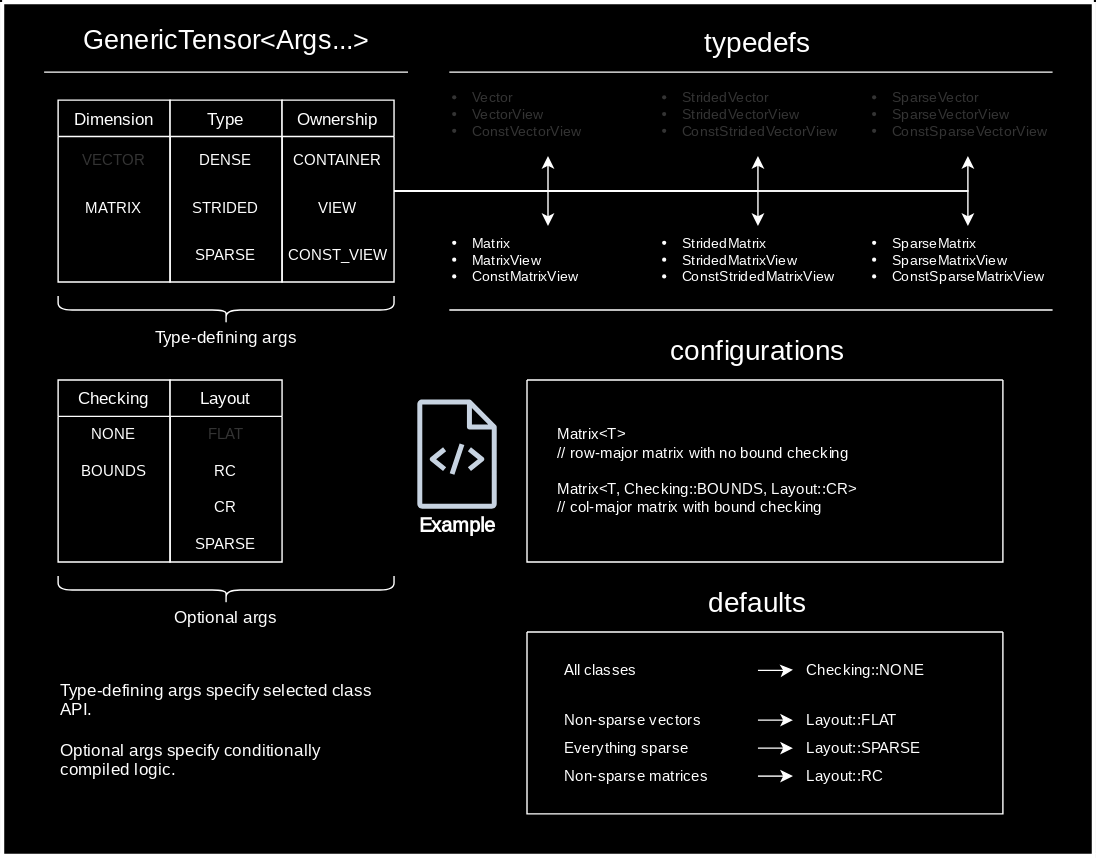
Above: docs/images/mvl_diagram.svg in timeester3648/MultiEngine-UTL (draw.io), before the change. Source tidied: cells renumbered, new cells last; positions are measured from the earlier drawing's top-left corner, leaving out a move shared by most shapes.
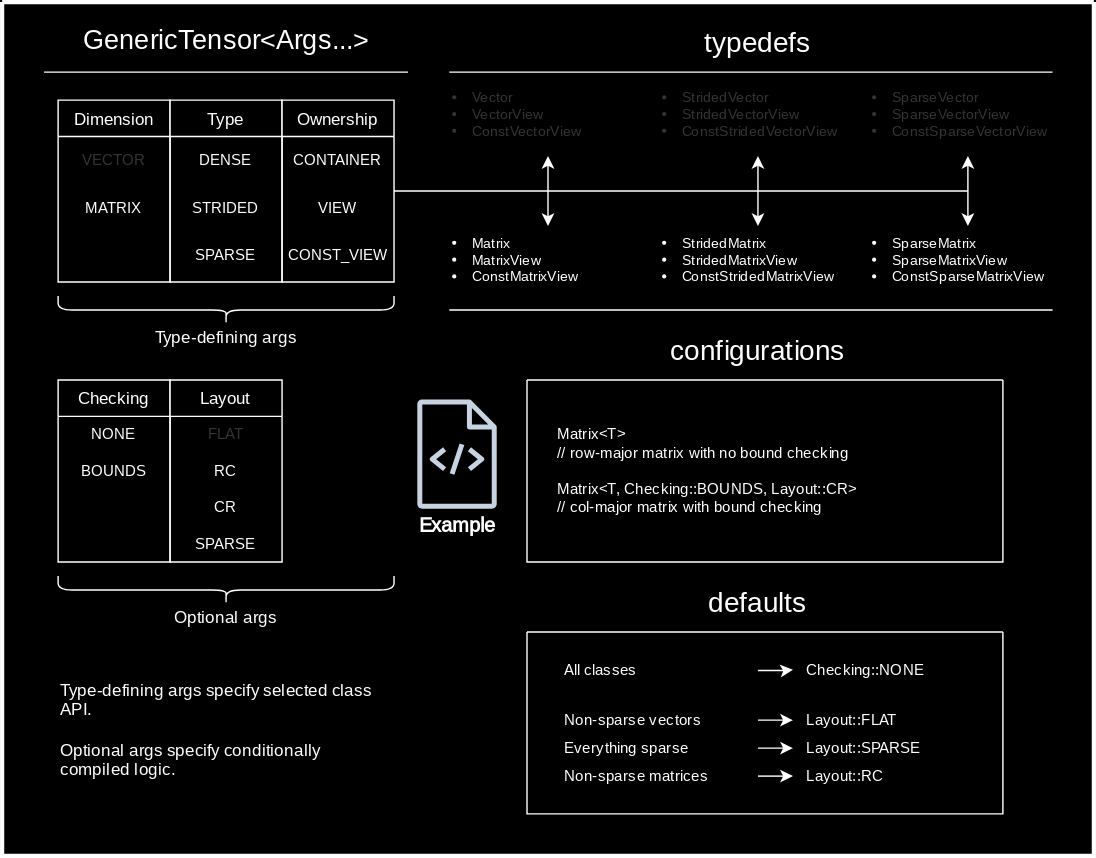
After the change.

Change to the diagram source:
```diff
@@ -26,24 +26,6 @@
     <mxCell id="9" value="SPARSE" style="text;align=center;verticalAlign=top;spacingLeft=2;spacingRight=2;overflow=hidden;rounded=0;shadow=0;html=0;fontSize=11;fontFamily=Roboto Mono;fontSource=https%3A%2F%2Ffonts.googleapis.com%2Fcss%3Ffamily%3DRoboto%2BMono;spacingTop=4;" parent="6" vertex="1">
       <mxGeometry y="94" width="80" height="34" as="geometry" />
     </mxCell>
-    <mxCell id="10" style="edgeStyle=orthogonalEdgeStyle;rounded=0;jettySize=auto;html=1;entryX=0.5;entryY=1;entryDx=0;entryDy=0;" parent="1" edge="1" source="16" target="57">
-      <mxGeometry relative="1" as="geometry" />
-    </mxCell>
-    <mxCell id="11" style="edgeStyle=orthogonalEdgeStyle;rounded=0;jettySize=auto;html=1;entryX=0.5;entryY=0;entryDx=0;entryDy=0;" parent="1" edge="1" source="16" target="58">
-      <mxGeometry relative="1" as="geometry" />
-    </mxCell>
-    <mxCell id="12" style="edgeStyle=orthogonalEdgeStyle;rounded=0;jettySize=auto;html=1;entryX=0.5;entryY=1;entryDx=0;entryDy=0;" parent="1" edge="1" source="16" target="55">
-      <mxGeometry relative="1" as="geometry" />
-    </mxCell>
-    <mxCell id="13" style="edgeStyle=orthogonalEdgeStyle;rounded=0;jettySize=auto;html=1;entryX=0.5;entryY=0;entryDx=0;entryDy=0;" parent="1" edge="1" source="16" target="56">
-      <mxGeometry relative="1" as="geometry" />
-    </mxCell>
-    <mxCell id="14" style="edgeStyle=orthogonalEdgeStyle;rounded=0;jettySize=auto;html=1;entryX=0.5;entryY=1;entryDx=0;entryDy=0;" parent="1" edge="1" source="16" target="53">
-      <mxGeometry relative="1" as="geometry" />
-    </mxCell>
-    <mxCell id="15" style="edgeStyle=orthogonalEdgeStyle;rounded=0;jettySize=auto;html=1;entryX=0.5;entryY=0;entryDx=0;entryDy=0;" parent="1" edge="1" source="16" target="54">
-      <mxGeometry relative="1" as="geometry" />
-    </mxCell>
     <mxCell id="16" value="Ownership" style="swimlane;fontStyle=0;align=center;verticalAlign=top;horizontal=1;startSize=26;rounded=0;shadow=0;strokeWidth=1;fontFamily=Roboto Mono;fontSource=https%3A%2F%2Ffonts.googleapis.com%2Fcss%3Ffamily%3DRoboto%2BMono;" parent="1" vertex="1">
       <mxGeometry x="200" y="70" width="80" height="130" as="geometry" />
     </mxCell>
@@ -156,22 +138,22 @@
       <mxGeometry width="780" height="610" as="geometry" />
     </mxCell>
     <mxCell id="53" value="&lt;li style=&quot;font-size: 10px;&quot;&gt;Vector&lt;br style=&quot;font-size: 10px;&quot;&gt;&lt;/li&gt;&lt;li style=&quot;font-size: 10px;&quot;&gt;VectorView&lt;br style=&quot;font-size: 10px;&quot;&gt;&lt;/li&gt;&lt;li style=&quot;font-size: 10px;&quot;&gt;ConstVectorView&lt;/li&gt;" style="text;whiteSpace=wrap;html=1;fontFamily=Roboto Mono;fontSource=https%3A%2F%2Ffonts.googleapis.com%2Fcss%3Ffamily%3DRoboto%2BMono;fontSize=10;textOpacity=20;spacingTop=6;" parent="52" vertex="1">
-      <mxGeometry x="320" y="50" width="140" height="60" as="geometry" />
+      <mxGeometry x="320" y="50" width="150" height="60" as="geometry" />
     </mxCell>
     <mxCell id="54" value="&lt;li style=&quot;font-size: 10px;&quot;&gt;Matrix&lt;br style=&quot;font-size: 10px;&quot;&gt;&lt;/li&gt;&lt;li style=&quot;font-size: 10px;&quot;&gt;MatrixView&lt;br style=&quot;font-size: 10px;&quot;&gt;&lt;/li&gt;&lt;li style=&quot;font-size: 10px;&quot;&gt;ConstMatrixView&lt;/li&gt;" style="text;whiteSpace=wrap;html=1;fontFamily=Roboto Mono;fontSource=https%3A%2F%2Ffonts.googleapis.com%2Fcss%3Ffamily%3DRoboto%2BMono;fontSize=10;" parent="52" vertex="1">
-      <mxGeometry x="320" y="160" width="140" height="60" as="geometry" />
+      <mxGeometry x="320" y="160" width="150" height="60" as="geometry" />
     </mxCell>
     <mxCell id="55" value="&lt;li style=&quot;font-size: 10px;&quot;&gt;StridedVector&lt;/li&gt;&lt;li style=&quot;font-size: 10px;&quot;&gt;StridedVectorView&lt;/li&gt;&lt;li style=&quot;font-size: 10px;&quot;&gt;ConstStridedVectorView&lt;/li&gt;" style="text;whiteSpace=wrap;html=1;fontFamily=Roboto Mono;fontSource=https%3A%2F%2Ffonts.googleapis.com%2Fcss%3Ffamily%3DRoboto%2BMono;fontSize=10;textOpacity=20;spacingTop=6;" parent="52" vertex="1">
-      <mxGeometry x="470" y="50" width="140" height="60" as="geometry" />
+      <mxGeometry x="470" y="50" width="150" height="60" as="geometry" />
     </mxCell>
     <mxCell id="56" value="&lt;li style=&quot;font-size: 10px;&quot;&gt;StridedMatrix&lt;/li&gt;&lt;li style=&quot;font-size: 10px;&quot;&gt;StridedMatrixView&lt;/li&gt;&lt;li style=&quot;font-size: 10px;&quot;&gt;ConstStridedMatrixView&lt;/li&gt;" style="text;whiteSpace=wrap;html=1;fontFamily=Roboto Mono;fontSource=https%3A%2F%2Ffonts.googleapis.com%2Fcss%3Ffamily%3DRoboto%2BMono;fontSize=10;" parent="52" vertex="1">
-      <mxGeometry x="470" y="160" width="140" height="60" as="geometry" />
+      <mxGeometry x="470" y="160" width="150" height="60" as="geometry" />
     </mxCell>
     <mxCell id="57" value="&lt;li style=&quot;font-size: 10px;&quot;&gt;SparseVector&lt;/li&gt;&lt;li style=&quot;font-size: 10px;&quot;&gt;SparseVectorView&lt;/li&gt;&lt;li style=&quot;font-size: 10px;&quot;&gt;ConstSparseVectorView&lt;/li&gt;" style="text;whiteSpace=wrap;html=1;fontFamily=Roboto Mono;fontSource=https%3A%2F%2Ffonts.googleapis.com%2Fcss%3Ffamily%3DRoboto%2BMono;fontSize=10;textOpacity=20;spacingTop=6;" parent="52" vertex="1">
-      <mxGeometry x="620" y="50" width="140" height="60" as="geometry" />
+      <mxGeometry x="620" y="50" width="150" height="60" as="geometry" />
     </mxCell>
     <mxCell id="58" value="&lt;li style=&quot;font-size: 10px;&quot;&gt;SparseMatrix&lt;/li&gt;&lt;li style=&quot;font-size: 10px;&quot;&gt;SparseMatrixView&lt;/li&gt;&lt;li style=&quot;font-size: 10px;&quot;&gt;ConstSparseMatrixView&lt;/li&gt;" style="text;whiteSpace=wrap;html=1;fontFamily=Roboto Mono;fontSource=https%3A%2F%2Ffonts.googleapis.com%2Fcss%3Ffamily%3DRoboto%2BMono;fontSize=10;" parent="52" vertex="1">
-      <mxGeometry x="620" y="160" width="140" height="60" as="geometry" />
+      <mxGeometry x="620" y="160" width="150" height="60" as="geometry" />
     </mxCell>
     <mxCell id="59" value="&lt;div align=&quot;center&quot; style=&quot;font-size: 20px;&quot;&gt;typedefs&lt;/div&gt;" style="text;html=1;whiteSpace=wrap;overflow=hidden;rounded=0;align=center;fontSize=20;fontFamily=Roboto Mono;fontSource=https%3A%2F%2Ffonts.googleapis.com%2Fcss%3Ffamily%3DRoboto%2BMono;verticalAlign=top;" parent="52" vertex="1">
       <mxGeometry x="490" y="10" width="100" height="40" as="geometry" />
@@ -182,5 +164,47 @@
     <mxCell id="61" value="defaults" style="text;html=1;whiteSpace=wrap;overflow=hidden;rounded=0;align=center;fontSize=20;fontFamily=Roboto Mono;fontSource=https%3A%2F%2Ffonts.googleapis.com%2Fcss%3Ffamily%3DRoboto%2BMono;verticalAlign=top;" parent="52" vertex="1">
       <mxGeometry x="450" y="410" width="180" height="40" as="geometry" />
     </mxCell>
+    <mxCell id="62" style="endArrow=classic;html=1;rounded=0;" parent="52" edge="1">
+      <mxGeometry relative="1" as="geometry">
+        <mxPoint x="390" y="135" as="sourcePoint" />
+        <mxPoint x="390" y="160" as="targetPoint" />
+      </mxGeometry>
+    </mxCell>
+    <mxCell id="63" style="endArrow=classic;html=1;rounded=0;" parent="52" edge="1">
+      <mxGeometry relative="1" as="geometry">
+        <mxPoint x="690" y="135" as="sourcePoint" />
+        <mxPoint x="690" y="160" as="targetPoint" />
+      </mxGeometry>
+    </mxCell>
+    <mxCell id="64" style="endArrow=classic;html=1;rounded=0;" parent="52" edge="1">
+      <mxGeometry relative="1" as="geometry">
+        <mxPoint x="390" y="135" as="sourcePoint" />
+        <mxPoint x="390" y="110" as="targetPoint" />
+      </mxGeometry>
+    </mxCell>
+    <mxCell id="65" style="endArrow=none;html=1;rounded=0;" parent="52" edge="1">
+      <mxGeometry relative="1" as="geometry">
+        <mxPoint x="280" y="135" as="sourcePoint" />
+        <mxPoint x="690" y="135" as="targetPoint" />
+      </mxGeometry>
+    </mxCell>
+    <mxCell id="66" style="endArrow=classic;html=1;rounded=0;" parent="1" edge="1">
+      <mxGeometry relative="1" as="geometry">
+        <mxPoint x="540" y="135" as="sourcePoint" />
+        <mxPoint x="540" y="160" as="targetPoint" />
+      </mxGeometry>
+    </mxCell>
+    <mxCell id="67" style="endArrow=classic;html=1;rounded=0;" parent="1" edge="1">
+      <mxGeometry relative="1" as="geometry">
+        <mxPoint x="540" y="135" as="sourcePoint" />
+        <mxPoint x="540" y="110" as="targetPoint" />
+      </mxGeometry>
+    </mxCell>
+    <mxCell id="68" style="endArrow=classic;html=1;rounded=0;" parent="1" edge="1">
+      <mxGeometry relative="1" as="geometry">
+        <mxPoint x="690" y="135" as="sourcePoint" />
+        <mxPoint x="690" y="110" as="targetPoint" />
+      </mxGeometry>
+    </mxCell>
   </root>
 </mxGraphModel>
```
